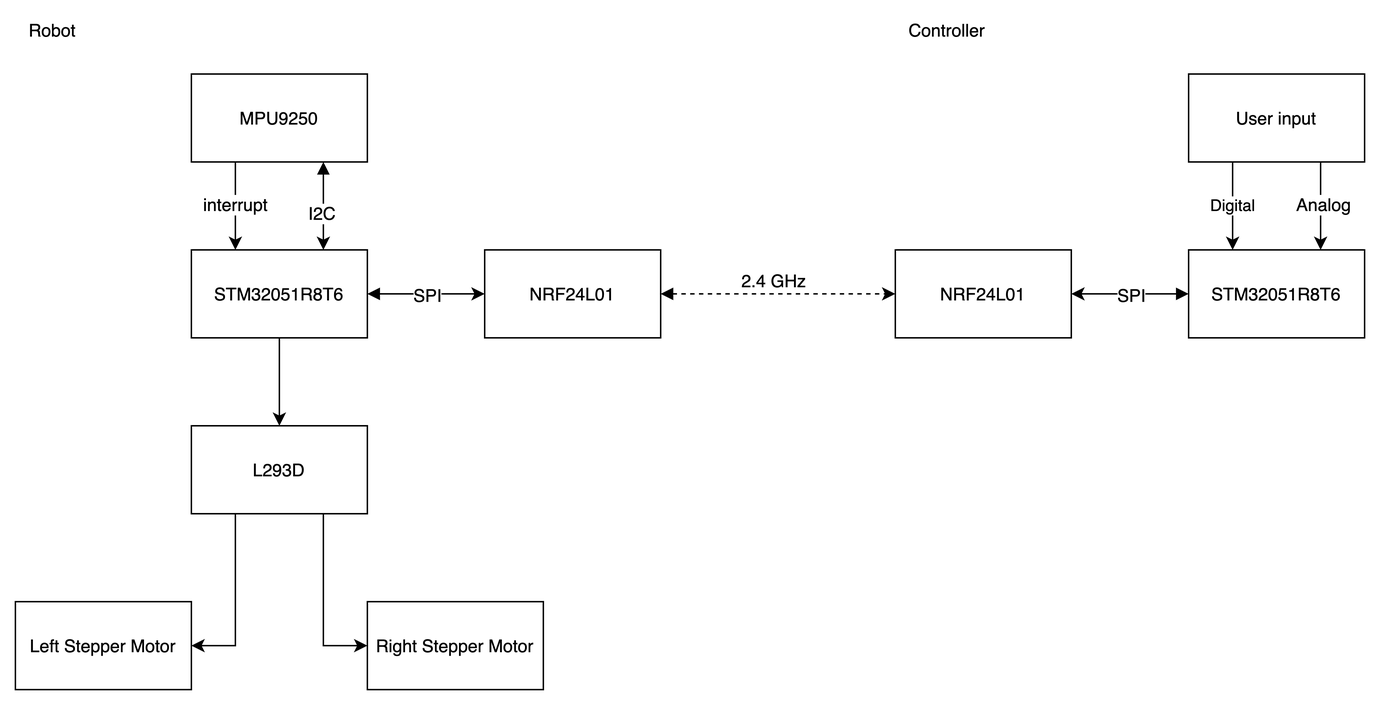
Earlier version of the draw.io export docs/images/structure.png (William-An/Adjustic). Source tidied: cells renumbered, new cells last; positions are measured from the earlier drawing's top-left corner, leaving out a move shared by most shapes.
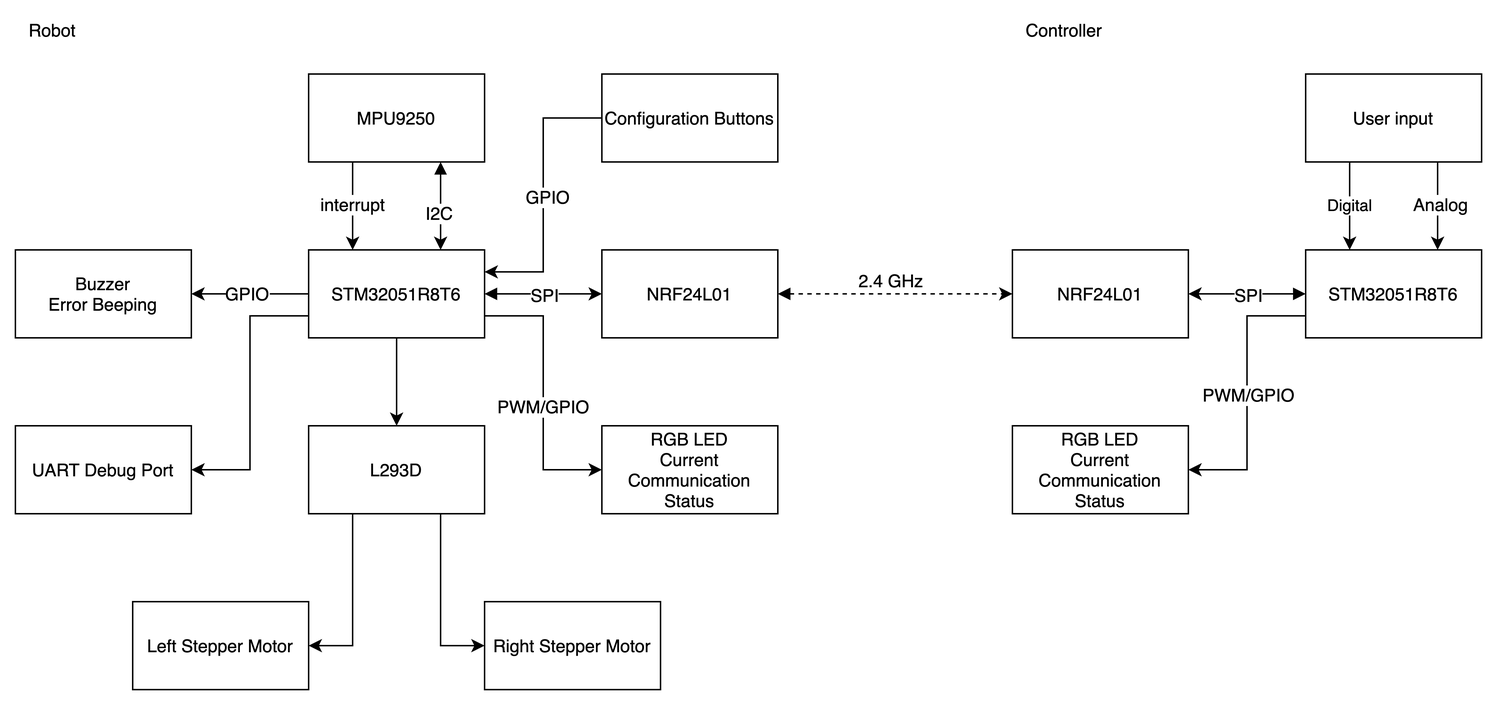
Later version of the same file.

Commit message:
Update project architecture design and README

What changed in the source:
```diff
@@ -28,6 +28,21 @@
         <mxPoint y="-2" as="offset" />
       </mxGeometry>
     </mxCell>
+    <mxCell id="29" style="edgeStyle=orthogonalEdgeStyle;rounded=0;jettySize=auto;html=1;exitX=0;exitY=0.5;exitDx=0;exitDy=0;entryX=1;entryY=0.5;entryDx=0;entryDy=0;" parent="1" edge="1" source="10" target="36">
+      <mxGeometry relative="1" as="geometry" />
+    </mxCell>
+    <mxCell id="30" value="GPIO" style="text;html=1;align=center;verticalAlign=middle;labelBackgroundColor=#ffffff;" parent="29" vertex="1">
+      <mxGeometry x="0.07" y="-1" relative="1" as="geometry" />
+    </mxCell>
+    <mxCell id="31" style="edgeStyle=orthogonalEdgeStyle;rounded=0;jettySize=auto;html=1;exitX=0;exitY=0.75;exitDx=0;exitDy=0;entryX=1;entryY=0.5;entryDx=0;entryDy=0;" parent="1" edge="1" source="10" target="37">
+      <mxGeometry relative="1" as="geometry" />
+    </mxCell>
+    <mxCell id="32" style="edgeStyle=orthogonalEdgeStyle;rounded=0;jettySize=auto;html=1;exitX=1;exitY=0.75;exitDx=0;exitDy=0;entryX=0;entryY=0.5;entryDx=0;entryDy=0;" parent="1" edge="1" source="10" target="38">
+      <mxGeometry relative="1" as="geometry" />
+    </mxCell>
+    <mxCell id="33" value="PWM/GPIO" style="text;html=1;align=center;verticalAlign=middle;labelBackgroundColor=#ffffff;" parent="32" vertex="1">
+      <mxGeometry x="0.09" y="-1" relative="1" as="geometry" />
+    </mxCell>
     <mxCell id="10" value="STM32051R8T6" style="rounded=0;whiteSpace=wrap;html=1;" parent="1" vertex="1">
       <mxGeometry x="120" y="160" width="120" height="60" as="geometry" />
     </mxCell>
@@ -65,6 +80,12 @@
         <mxPoint x="10" y="3" as="offset" />
       </mxGeometry>
     </mxCell>
+    <mxCell id="34" style="edgeStyle=orthogonalEdgeStyle;rounded=0;jettySize=auto;html=1;exitX=0;exitY=0.75;exitDx=0;exitDy=0;entryX=1;entryY=0.5;entryDx=0;entryDy=0;" parent="1" edge="1" source="21" target="42">
+      <mxGeometry relative="1" as="geometry" />
+    </mxCell>
+    <mxCell id="35" value="PWM/GPIO" style="text;html=1;align=center;verticalAlign=middle;labelBackgroundColor=#ffffff;" parent="34" vertex="1">
+      <mxGeometry x="0.01" relative="1" as="geometry" />
+    </mxCell>
     <mxCell id="21" value="STM32051R8T6" style="rounded=0;whiteSpace=wrap;html=1;" parent="1" vertex="1">
       <mxGeometry x="800" y="160" width="120" height="60" as="geometry" />
     </mxCell>
@@ -72,7 +93,7 @@
       <mxGeometry x="600" y="160" width="120" height="60" as="geometry" />
     </mxCell>
     <mxCell id="23" value="Robot" style="text;html=1;align=center;verticalAlign=middle;" parent="1" vertex="1">
-      <mxGeometry width="50" height="20" as="geometry" />
+      <mxGeometry x="-80" width="50" height="20" as="geometry" />
     </mxCell>
     <mxCell id="24" value="Controller" style="text;html=1;align=center;verticalAlign=middle;" parent="1" vertex="1">
       <mxGeometry x="600" width="70" height="20" as="geometry" />
@@ -89,5 +110,26 @@
     <mxCell id="28" value="User input" style="rounded=0;whiteSpace=wrap;html=1;" parent="1" vertex="1">
       <mxGeometry x="800" y="40" width="120" height="60" as="geometry" />
     </mxCell>
+    <mxCell id="36" value="Buzzer&lt;br&gt;Error Beeping" style="rounded=0;whiteSpace=wrap;html=1;" parent="1" vertex="1">
+      <mxGeometry x="-80" y="160" width="120" height="60" as="geometry" />
+    </mxCell>
+    <mxCell id="37" value="UART Debug Port" style="rounded=0;whiteSpace=wrap;html=1;" parent="1" vertex="1">
+      <mxGeometry x="-80" y="280" width="120" height="60" as="geometry" />
+    </mxCell>
+    <mxCell id="38" value="RGB LED&lt;br&gt;Current Communication Status" style="rounded=0;whiteSpace=wrap;html=1;" parent="1" vertex="1">
+      <mxGeometry x="320" y="280" width="120" height="60" as="geometry" />
+    </mxCell>
+    <mxCell id="39" style="edgeStyle=orthogonalEdgeStyle;rounded=0;jettySize=auto;html=1;entryX=1;entryY=0.25;entryDx=0;entryDy=0;" parent="1" edge="1" source="41" target="10">
+      <mxGeometry relative="1" as="geometry" />
+    </mxCell>
+    <mxCell id="40" value="GPIO" style="text;html=1;align=center;verticalAlign=middle;labelBackgroundColor=#ffffff;" parent="39" vertex="1">
+      <mxGeometry x="0.01" y="2" relative="1" as="geometry" />
+    </mxCell>
+    <mxCell id="41" value="Configuration Buttons" style="rounded=0;whiteSpace=wrap;html=1;" parent="1" vertex="1">
+      <mxGeometry x="320" y="40" width="120" height="60" as="geometry" />
+    </mxCell>
+    <mxCell id="42" value="RGB LED&lt;br&gt;Current Communication Status" style="rounded=0;whiteSpace=wrap;html=1;" parent="1" vertex="1">
+      <mxGeometry x="600" y="280" width="120" height="60" as="geometry" />
+    </mxCell>
   </root>
 </mxGraphModel>
```
